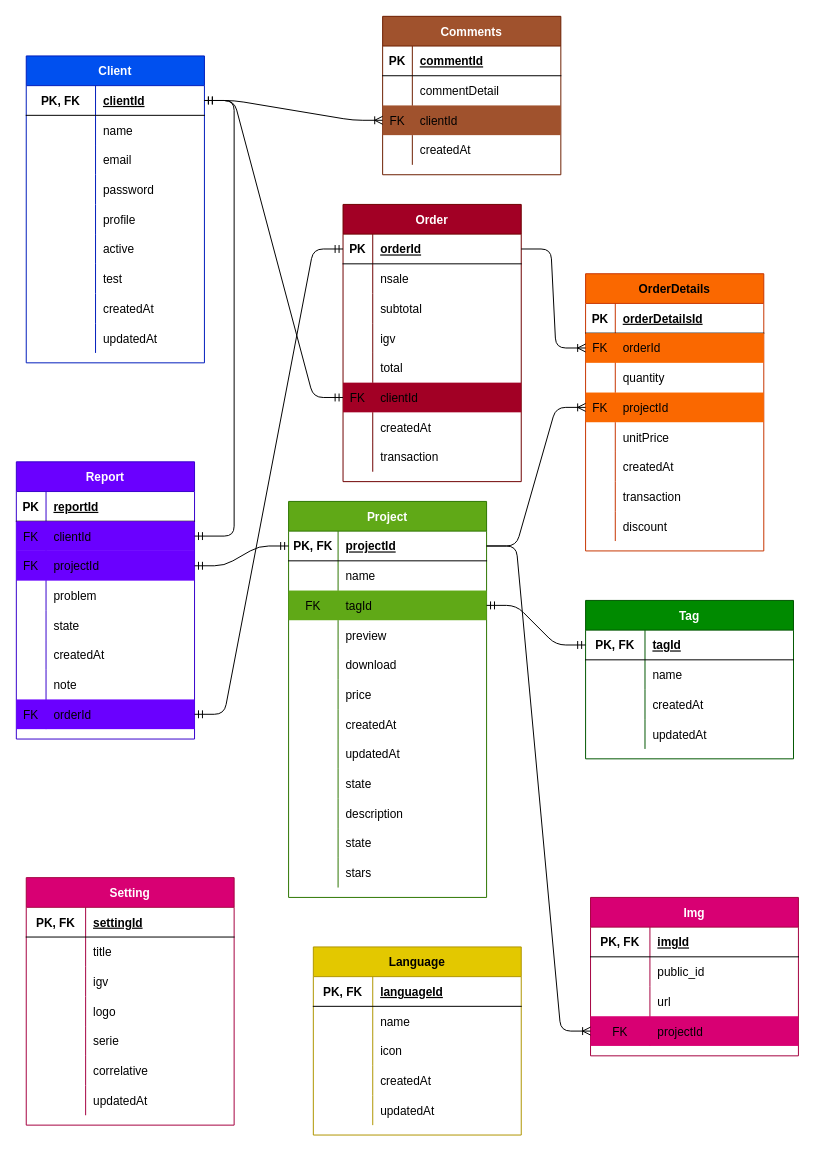
This is bd.drawio from nimaguerrero/codespace, a draw.io file, before an edit. Source tidied: cells renumbered, new cells numbered last; positions are measured from the earlier drawing's top-left corner, leaving out a move shared by most shapes. Both pictures are drawn from the tidied source at 99%, with x=0, y=0 at pixel (16, 16).
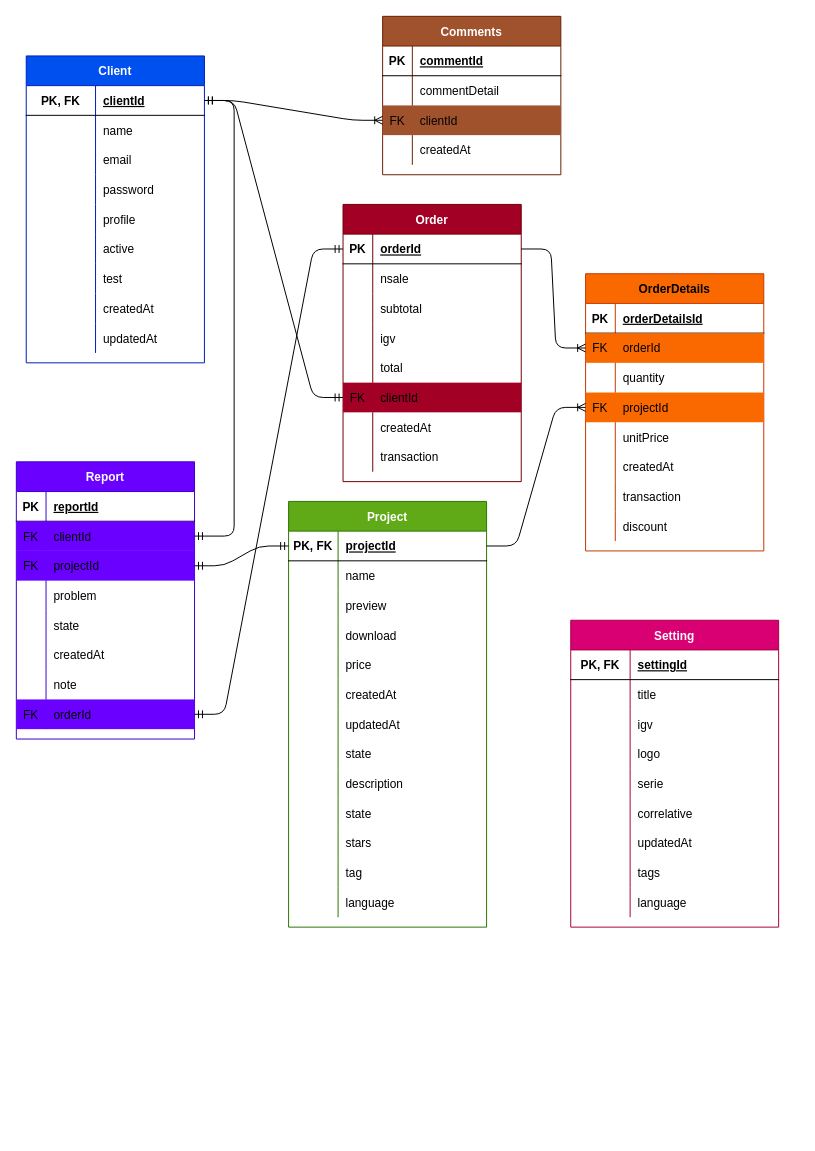
After the change.

The change refers to these unchanged cells:
```xml
<mxCell id="31" style="shape=partialRectangle;fillColor=none;top=0;left=0;bottom=1;right=0;points=[[0,0.5],[1,0.5]];portConstraint=eastwest;" parent="30" vertex="1">
  <mxGeometry y="30" width="200" height="30" as="geometry" />
</mxCell>
```

Change to the diagram source:
```diff
@@
     <mxCell id="30" value="Project" style="shape=table;startSize=30;childLayout=tableLayout;rowLines=0;fontStyle=1;align=center;swimlaneFillColor=default;fillColor=#60a917;fontColor=#ffffff;strokeColor=#2D7600;" parent="1" vertex="1">
-      <mxGeometry x="275" y="490" width="200" height="400" as="geometry" />
+      <mxGeometry x="275" y="490" width="200" height="430" as="geometry" />
     </mxCell>
@@
-    <mxCell id="37" style="shape=partialRectangle;fillColor=#60a917;top=0;left=0;bottom=0;right=0;points=[[0,0.5],[1,0.5]];portConstraint=eastwest;fontColor=#ffffff;strokeColor=#2D7600;" parent="30" vertex="1">
-      <mxGeometry y="90" width="200" height="30" as="geometry" />
-    </mxCell>
-    <mxCell id="38" value="FK" style="shape=partialRectangle;fillColor=none;top=0;left=0;bottom=0;right=0;overflow=hidden;" parent="37" vertex="1">
-      <mxGeometry width="50" height="30" as="geometry" />
-    </mxCell>
-    <mxCell id="39" value="tagId" style="shape=partialRectangle;fillColor=none;top=0;left=0;bottom=0;right=0;align=left;spacingLeft=6;overflow=hidden;" parent="37" vertex="1">
-      <mxGeometry x="50" width="150" height="30" as="geometry" />
-    </mxCell>
     <mxCell id="40" style="shape=partialRectangle;fillColor=none;top=0;left=0;bottom=0;right=0;" parent="30" vertex="1">
-      <mxGeometry y="120" width="200" height="30" as="geometry" />
+      <mxGeometry y="90" width="200" height="30" as="geometry" />
     </mxCell>
@@
     <mxCell id="43" style="shape=partialRectangle;fillColor=none;top=0;left=0;bottom=0;right=0;" parent="30" vertex="1">
-      <mxGeometry y="150" width="200" height="30" as="geometry" />
+      <mxGeometry y="120" width="200" height="30" as="geometry" />
     </mxCell>
@@
     <mxCell id="46" style="shape=partialRectangle;fillColor=none;top=0;left=0;bottom=0;right=0;" parent="30" vertex="1">
-      <mxGeometry y="180" width="200" height="30" as="geometry" />
+      <mxGeometry y="150" width="200" height="30" as="geometry" />
     </mxCell>
@@
     <mxCell id="49" style="shape=partialRectangle;fillColor=none;top=0;left=0;bottom=0;right=0;" parent="30" vertex="1">
-      <mxGeometry y="210" width="200" height="30" as="geometry" />
+      <mxGeometry y="180" width="200" height="30" as="geometry" />
     </mxCell>
@@
     <mxCell id="52" style="shape=partialRectangle;fillColor=none;top=0;left=0;bottom=0;right=0;" parent="30" vertex="1">
-      <mxGeometry y="240" width="200" height="30" as="geometry" />
+      <mxGeometry y="210" width="200" height="30" as="geometry" />
     </mxCell>
@@
     <mxCell id="55" style="shape=partialRectangle;fillColor=none;top=0;left=0;bottom=0;right=0;" parent="30" vertex="1">
-      <mxGeometry y="270" width="200" height="30" as="geometry" />
+      <mxGeometry y="240" width="200" height="30" as="geometry" />
     </mxCell>
@@
     <mxCell id="58" style="shape=partialRectangle;fillColor=none;top=0;left=0;bottom=0;right=0;" parent="30" vertex="1">
-      <mxGeometry y="300" width="200" height="30" as="geometry" />
+      <mxGeometry y="270" width="200" height="30" as="geometry" />
     </mxCell>
@@
     <mxCell id="61" style="shape=partialRectangle;fillColor=none;top=0;left=0;bottom=0;right=0;" parent="30" vertex="1">
-      <mxGeometry y="330" width="200" height="30" as="geometry" />
+      <mxGeometry y="300" width="200" height="30" as="geometry" />
     </mxCell>
@@
     <mxCell id="64" style="shape=partialRectangle;fillColor=none;top=0;left=0;bottom=0;right=0;" parent="30" vertex="1">
-      <mxGeometry y="360" width="200" height="30" as="geometry" />
+      <mxGeometry y="330" width="200" height="30" as="geometry" />
     </mxCell>
@@
+    <mxCell id="228" style="shape=partialRectangle;fillColor=none;top=0;left=0;bottom=0;right=0;" parent="30" vertex="1">
+      <mxGeometry y="360" width="200" height="30" as="geometry" />
+    </mxCell>
+    <mxCell id="229" style="shape=partialRectangle;fillColor=none;top=0;left=0;bottom=0;right=0;overflow=hidden;" parent="228" vertex="1">
+      <mxGeometry width="50" height="30" as="geometry" />
+    </mxCell>
+    <mxCell id="230" value="tag" style="shape=partialRectangle;fillColor=none;top=0;left=0;bottom=0;right=0;align=left;spacingLeft=6;overflow=hidden;" parent="228" vertex="1">
+      <mxGeometry x="50" width="150" height="30" as="geometry" />
+    </mxCell>
+    <mxCell id="231" style="shape=partialRectangle;fillColor=none;top=0;left=0;bottom=0;right=0;" parent="30" vertex="1">
+      <mxGeometry y="390" width="200" height="30" as="geometry" />
+    </mxCell>
+    <mxCell id="232" style="shape=partialRectangle;fillColor=none;top=0;left=0;bottom=0;right=0;overflow=hidden;" parent="231" vertex="1">
+      <mxGeometry width="50" height="30" as="geometry" />
+    </mxCell>
+    <mxCell id="233" value="language" style="shape=partialRectangle;fillColor=none;top=0;left=0;bottom=0;right=0;align=left;spacingLeft=6;overflow=hidden;" parent="231" vertex="1">
+      <mxGeometry x="50" width="150" height="30" as="geometry" />
+    </mxCell>
@@
-    <mxCell id="92" value="Tag" style="shape=table;startSize=30;childLayout=tableLayout;rowLines=0;fontStyle=1;align=center;swimlaneFillColor=default;fillColor=#008a00;fontColor=#ffffff;strokeColor=#005700;" parent="1" vertex="1">
-      <mxGeometry x="575" y="590" width="210" height="160" as="geometry" />
-    </mxCell>
-    <mxCell id="93" style="shape=partialRectangle;fillColor=none;top=0;left=0;bottom=1;right=0;points=[[0,0.5],[1,0.5]];portConstraint=eastwest;" parent="92" vertex="1">
-      <mxGeometry y="30" width="210" height="30" as="geometry" />
-    </mxCell>
-    <mxCell id="94" value="PK, FK" style="shape=partialRectangle;fillColor=none;top=0;left=0;bottom=0;right=0;fontStyle=1;overflow=hidden;" parent="93" vertex="1">
-      <mxGeometry width="60" height="30" as="geometry" />
-    </mxCell>
-    <mxCell id="95" value="tagId" style="shape=partialRectangle;fillColor=none;top=0;left=0;bottom=0;right=0;align=left;spacingLeft=6;fontStyle=5;overflow=hidden;" parent="93" vertex="1">
-      <mxGeometry x="60" width="150" height="30" as="geometry" />
-    </mxCell>
-    <mxCell id="96" style="shape=partialRectangle;fillColor=none;top=0;left=0;bottom=0;right=0;" parent="92" vertex="1">
-      <mxGeometry y="60" width="210" height="30" as="geometry" />
-    </mxCell>
-    <mxCell id="97" style="shape=partialRectangle;fillColor=none;top=0;left=0;bottom=0;right=0;overflow=hidden;" parent="96" vertex="1">
-      <mxGeometry width="60" height="30" as="geometry" />
-    </mxCell>
-    <mxCell id="98" value="name" style="shape=partialRectangle;fillColor=none;top=0;left=0;bottom=0;right=0;align=left;spacingLeft=6;overflow=hidden;" parent="96" vertex="1">
-      <mxGeometry x="60" width="150" height="30" as="geometry" />
-    </mxCell>
-    <mxCell id="99" style="shape=partialRectangle;fillColor=none;top=0;left=0;bottom=0;right=0;" parent="92" vertex="1">
-      <mxGeometry y="90" width="210" height="30" as="geometry" />
-    </mxCell>
-    <mxCell id="100" style="shape=partialRectangle;fillColor=none;top=0;left=0;bottom=0;right=0;overflow=hidden;" parent="99" vertex="1">
-      <mxGeometry width="60" height="30" as="geometry" />
-    </mxCell>
-    <mxCell id="101" value="createdAt" style="shape=partialRectangle;fillColor=none;top=0;left=0;bottom=0;right=0;align=left;spacingLeft=6;overflow=hidden;" parent="99" vertex="1">
-      <mxGeometry x="60" width="150" height="30" as="geometry" />
-    </mxCell>
-    <mxCell id="102" style="shape=partialRectangle;fillColor=none;top=0;left=0;bottom=0;right=0;" parent="92" vertex="1">
-      <mxGeometry y="120" width="210" height="30" as="geometry" />
-    </mxCell>
-    <mxCell id="103" style="shape=partialRectangle;fillColor=none;top=0;left=0;bottom=0;right=0;overflow=hidden;" parent="102" vertex="1">
-      <mxGeometry width="60" height="30" as="geometry" />
-    </mxCell>
-    <mxCell id="104" value="updatedAt" style="shape=partialRectangle;fillColor=none;top=0;left=0;bottom=0;right=0;align=left;spacingLeft=6;overflow=hidden;" parent="102" vertex="1">
-      <mxGeometry x="60" width="150" height="30" as="geometry" />
-    </mxCell>
-    <mxCell id="105" style="edgeStyle=entityRelationEdgeStyle;fontSize=12;html=1;endArrow=ERmandOne;startArrow=ERmandOne;entryX=0;entryY=0.5;entryDx=0;entryDy=0;exitX=1;exitY=0.5;exitDx=0;exitDy=0;" parent="1" edge="1" source="37" target="93">
-      <mxGeometry relative="1" as="geometry" />
-    </mxCell>
@@
     <mxCell id="176" value="Setting" style="shape=table;startSize=30;childLayout=tableLayout;rowLines=0;fontStyle=1;align=center;swimlaneFillColor=default;fillColor=#d80073;fontColor=#ffffff;strokeColor=#A50040;" parent="1" vertex="1">
-      <mxGeometry x="10" y="870" width="210" height="250" as="geometry" />
+      <mxGeometry x="560" y="610" width="210" height="310" as="geometry" />
     </mxCell>
@@
-    <mxCell id="198" value="Img" style="shape=table;startSize=30;childLayout=tableLayout;rowLines=0;fontStyle=1;align=center;swimlaneFillColor=default;fillColor=#d80073;fontColor=#ffffff;strokeColor=#A50040;" parent="1" vertex="1">
-      <mxGeometry x="580" y="890" width="210" height="160" as="geometry" />
-    </mxCell>
-    <mxCell id="199" style="shape=partialRectangle;fillColor=none;top=0;left=0;bottom=1;right=0;" parent="198" vertex="1">
-      <mxGeometry y="30" width="210" height="30" as="geometry" />
-    </mxCell>
-    <mxCell id="200" value="PK, FK" style="shape=partialRectangle;fillColor=none;top=0;left=0;bottom=0;right=0;fontStyle=1;overflow=hidden;" parent="199" vertex="1">
-      <mxGeometry width="60" height="30" as="geometry" />
-    </mxCell>
-    <mxCell id="201" value="imgId" style="shape=partialRectangle;fillColor=none;top=0;left=0;bottom=0;right=0;align=left;spacingLeft=6;fontStyle=5;overflow=hidden;" parent="199" vertex="1">
-      <mxGeometry x="60" width="150" height="30" as="geometry" />
-    </mxCell>
-    <mxCell id="202" style="shape=partialRectangle;fillColor=none;top=0;left=0;bottom=0;right=0;" parent="198" vertex="1">
-      <mxGeometry y="60" width="210" height="30" as="geometry" />
-    </mxCell>
-    <mxCell id="203" style="shape=partialRectangle;fillColor=none;top=0;left=0;bottom=0;right=0;overflow=hidden;" parent="202" vertex="1">
-      <mxGeometry width="60" height="30" as="geometry" />
-    </mxCell>
-    <mxCell id="204" value="public_id" style="shape=partialRectangle;fillColor=none;top=0;left=0;bottom=0;right=0;align=left;spacingLeft=6;overflow=hidden;" parent="202" vertex="1">
-      <mxGeometry x="60" width="150" height="30" as="geometry" />
-    </mxCell>
-    <mxCell id="205" style="shape=partialRectangle;fillColor=none;top=0;left=0;bottom=0;right=0;" parent="198" vertex="1">
-      <mxGeometry y="90" width="210" height="30" as="geometry" />
-    </mxCell>
-    <mxCell id="206" style="shape=partialRectangle;fillColor=none;top=0;left=0;bottom=0;right=0;overflow=hidden;" parent="205" vertex="1">
-      <mxGeometry width="60" height="30" as="geometry" />
-    </mxCell>
-    <mxCell id="207" value="url" style="shape=partialRectangle;fillColor=none;top=0;left=0;bottom=0;right=0;align=left;spacingLeft=6;overflow=hidden;" parent="205" vertex="1">
-      <mxGeometry x="60" width="150" height="30" as="geometry" />
-    </mxCell>
-    <mxCell id="208" style="shape=partialRectangle;fillColor=#d80073;top=0;left=0;bottom=0;right=0;points=[[0,0.5],[1,0.5]];portConstraint=eastwest;fontColor=#ffffff;strokeColor=#A50040;" parent="198" vertex="1">
-      <mxGeometry y="120" width="210" height="30" as="geometry" />
-    </mxCell>
-    <mxCell id="209" value="FK" style="shape=partialRectangle;fillColor=none;top=0;left=0;bottom=0;right=0;overflow=hidden;" parent="208" vertex="1">
-      <mxGeometry width="60" height="30" as="geometry" />
-    </mxCell>
-    <mxCell id="210" value="projectId" style="shape=partialRectangle;fillColor=none;top=0;left=0;bottom=0;right=0;align=left;spacingLeft=6;overflow=hidden;" parent="208" vertex="1">
-      <mxGeometry x="60" width="150" height="30" as="geometry" />
-    </mxCell>
-    <mxCell id="211" style="edgeStyle=entityRelationEdgeStyle;fontSize=12;html=1;endArrow=ERoneToMany;exitX=1;exitY=0.5;exitDx=0;exitDy=0;entryX=0;entryY=0.5;entryDx=0;entryDy=0;" parent="1" edge="1" source="31" target="208">
-      <mxGeometry relative="1" as="geometry" />
-    </mxCell>
-    <mxCell id="212" value="Language" style="shape=table;startSize=30;childLayout=tableLayout;rowLines=0;fontStyle=1;align=center;swimlaneFillColor=default;fillColor=#e3c800;fontColor=#000000;strokeColor=#B09500;" parent="1" vertex="1">
-      <mxGeometry x="300" y="940" width="210" height="190" as="geometry" />
-    </mxCell>
-    <mxCell id="213" style="shape=partialRectangle;fillColor=none;top=0;left=0;bottom=1;right=0;" parent="212" vertex="1">
-      <mxGeometry y="30" width="210" height="30" as="geometry" />
-    </mxCell>
-    <mxCell id="214" value="PK, FK" style="shape=partialRectangle;fillColor=none;top=0;left=0;bottom=0;right=0;fontStyle=1;overflow=hidden;" parent="213" vertex="1">
-      <mxGeometry width="60" height="30" as="geometry" />
-    </mxCell>
-    <mxCell id="215" value="languageId" style="shape=partialRectangle;fillColor=none;top=0;left=0;bottom=0;right=0;align=left;spacingLeft=6;fontStyle=5;overflow=hidden;" parent="213" vertex="1">
-      <mxGeometry x="60" width="150" height="30" as="geometry" />
-    </mxCell>
-    <mxCell id="216" style="shape=partialRectangle;fillColor=none;top=0;left=0;bottom=0;right=0;" parent="212" vertex="1">
-      <mxGeometry y="60" width="210" height="30" as="geometry" />
-    </mxCell>
-    <mxCell id="217" style="shape=partialRectangle;fillColor=none;top=0;left=0;bottom=0;right=0;overflow=hidden;" parent="216" vertex="1">
-      <mxGeometry width="60" height="30" as="geometry" />
-    </mxCell>
-    <mxCell id="218" value="name" style="shape=partialRectangle;fillColor=none;top=0;left=0;bottom=0;right=0;align=left;spacingLeft=6;overflow=hidden;" parent="216" vertex="1">
-      <mxGeometry x="60" width="150" height="30" as="geometry" />
-    </mxCell>
-    <mxCell id="219" style="shape=partialRectangle;fillColor=none;top=0;left=0;bottom=0;right=0;" parent="212" vertex="1">
-      <mxGeometry y="90" width="210" height="30" as="geometry" />
-    </mxCell>
-    <mxCell id="220" style="shape=partialRectangle;fillColor=none;top=0;left=0;bottom=0;right=0;overflow=hidden;" parent="219" vertex="1">
-      <mxGeometry width="60" height="30" as="geometry" />
-    </mxCell>
-    <mxCell id="221" value="icon" style="shape=partialRectangle;fillColor=none;top=0;left=0;bottom=0;right=0;align=left;spacingLeft=6;overflow=hidden;" parent="219" vertex="1">
-      <mxGeometry x="60" width="150" height="30" as="geometry" />
-    </mxCell>
-    <mxCell id="222" style="shape=partialRectangle;fillColor=none;top=0;left=0;bottom=0;right=0;" parent="212" vertex="1">
-      <mxGeometry y="120" width="210" height="30" as="geometry" />
-    </mxCell>
-    <mxCell id="223" style="shape=partialRectangle;fillColor=none;top=0;left=0;bottom=0;right=0;overflow=hidden;" parent="222" vertex="1">
-      <mxGeometry width="60" height="30" as="geometry" />
-    </mxCell>
-    <mxCell id="224" value="createdAt" style="shape=partialRectangle;fillColor=none;top=0;left=0;bottom=0;right=0;align=left;spacingLeft=6;overflow=hidden;" parent="222" vertex="1">
-      <mxGeometry x="60" width="150" height="30" as="geometry" />
-    </mxCell>
-    <mxCell id="225" style="shape=partialRectangle;fillColor=none;top=0;left=0;bottom=0;right=0;" parent="212" vertex="1">
-      <mxGeometry y="150" width="210" height="30" as="geometry" />
-    </mxCell>
-    <mxCell id="226" style="shape=partialRectangle;fillColor=none;top=0;left=0;bottom=0;right=0;overflow=hidden;" parent="225" vertex="1">
-      <mxGeometry width="60" height="30" as="geometry" />
-    </mxCell>
-    <mxCell id="227" value="updatedAt" style="shape=partialRectangle;fillColor=none;top=0;left=0;bottom=0;right=0;align=left;spacingLeft=6;overflow=hidden;" parent="225" vertex="1">
-      <mxGeometry x="60" width="150" height="30" as="geometry" />
-    </mxCell>
+    <mxCell id="234" style="shape=partialRectangle;fillColor=none;top=0;left=0;bottom=0;right=0;" parent="176" vertex="1">
+      <mxGeometry y="240" width="210" height="30" as="geometry" />
+    </mxCell>
+    <mxCell id="235" style="shape=partialRectangle;fillColor=none;top=0;left=0;bottom=0;right=0;overflow=hidden;" parent="234" vertex="1">
+      <mxGeometry width="60" height="30" as="geometry" />
+    </mxCell>
+    <mxCell id="236" value="tags" style="shape=partialRectangle;fillColor=none;top=0;left=0;bottom=0;right=0;align=left;spacingLeft=6;overflow=hidden;" parent="234" vertex="1">
+      <mxGeometry x="60" width="150" height="30" as="geometry" />
+    </mxCell>
+    <mxCell id="237" style="shape=partialRectangle;fillColor=none;top=0;left=0;bottom=0;right=0;" parent="176" vertex="1">
+      <mxGeometry y="270" width="210" height="30" as="geometry" />
+    </mxCell>
+    <mxCell id="238" style="shape=partialRectangle;fillColor=none;top=0;left=0;bottom=0;right=0;overflow=hidden;" parent="237" vertex="1">
+      <mxGeometry width="60" height="30" as="geometry" />
+    </mxCell>
+    <mxCell id="239" value="language" style="shape=partialRectangle;fillColor=none;top=0;left=0;bottom=0;right=0;align=left;spacingLeft=6;overflow=hidden;" parent="237" vertex="1">
+      <mxGeometry x="60" width="150" height="30" as="geometry" />
+    </mxCell>
```
